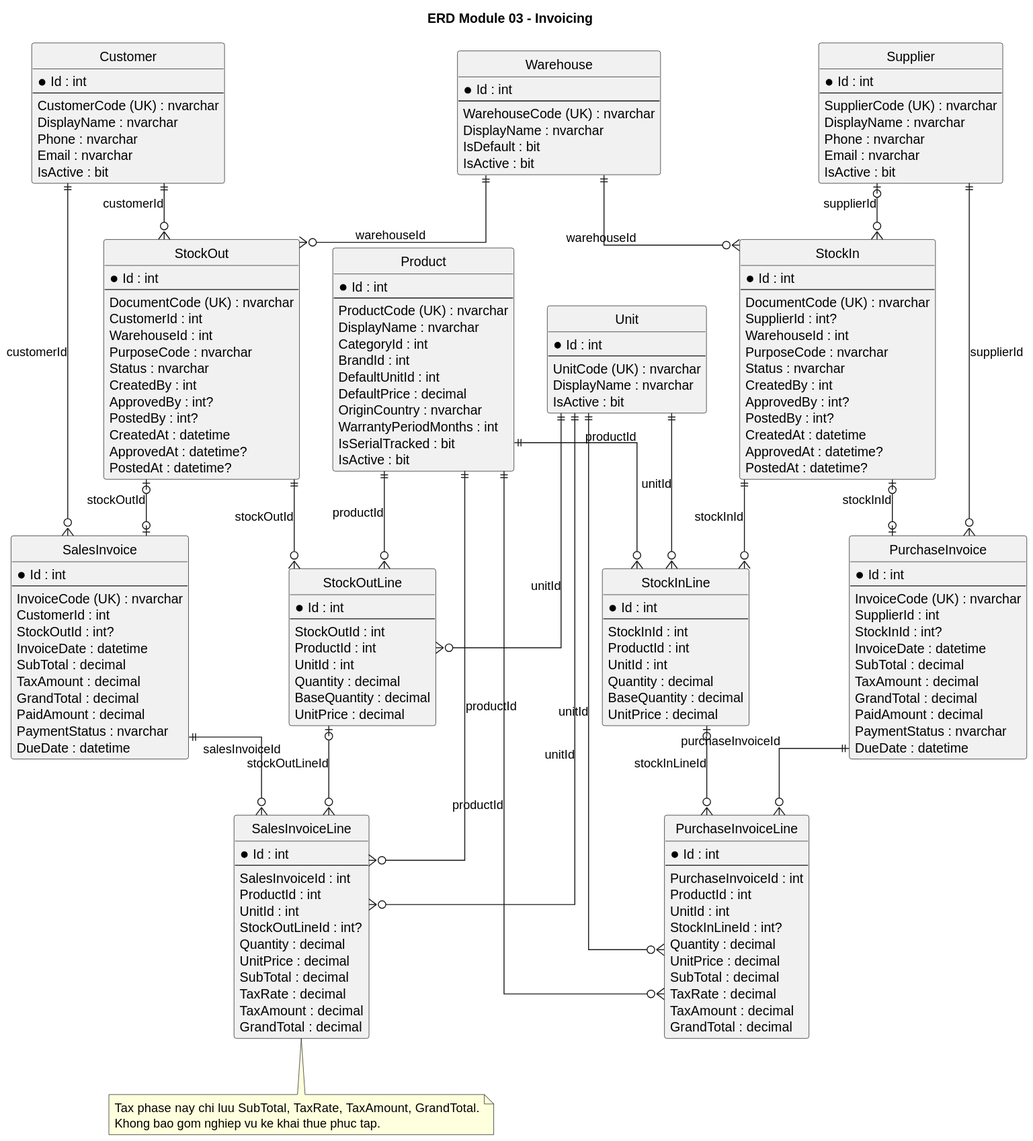
The PlantUML diagram Diagram/plantuml-svg-erd-module/ERD_Module_03_Invoicing.svg in TheGiver262/WarePro, before a commit. Source of this version:
```plantuml
@startuml
title ERD Module 03 - Invoicing
hide circle
skinparam linetype ortho

entity "Supplier" as Supplier {
  * Id : int
  --
  SupplierCode (UK) : nvarchar
  DisplayName : nvarchar
  Phone : nvarchar
  Email : nvarchar
  IsActive : bit
}

entity "Customer" as Customer {
  * Id : int
  --
  CustomerCode (UK) : nvarchar
  DisplayName : nvarchar
  Phone : nvarchar
  Email : nvarchar
  IsActive : bit
}

entity "Warehouse" as Warehouse {
  * Id : int
  --
  WarehouseCode (UK) : nvarchar
  DisplayName : nvarchar
  IsDefault : bit
  IsActive : bit
}

entity "Product" as Product {
  * Id : int
  --
  ProductCode (UK) : nvarchar
  DisplayName : nvarchar
  CategoryId : int
  BrandId : int
  DefaultUnitId : int
  DefaultPrice : decimal
  OriginCountry : nvarchar
  WarrantyPeriodMonths : int
  IsSerialTracked : bit
  IsActive : bit
}

entity "Unit" as Unit {
  * Id : int
  --
  UnitCode (UK) : nvarchar
  DisplayName : nvarchar
  IsActive : bit
}

entity "StockIn" as StockIn {
  * Id : int
  --
  DocumentCode (UK) : nvarchar
  SupplierId : int?
  WarehouseId : int
  PurposeCode : nvarchar
  Status : nvarchar
  CreatedBy : int
  ApprovedBy : int?
  PostedBy : int?
  CreatedAt : datetime
  ApprovedAt : datetime?
  PostedAt : datetime?
}

entity "StockInLine" as StockInLine {
  * Id : int
  --
  StockInId : int
  ProductId : int
  UnitId : int
  Quantity : decimal
  BaseQuantity : decimal
  UnitPrice : decimal
}

entity "StockOut" as StockOut {
  * Id : int
  --
  DocumentCode (UK) : nvarchar
  CustomerId : int
  WarehouseId : int
  PurposeCode : nvarchar
  Status : nvarchar
  CreatedBy : int
  ApprovedBy : int?
  PostedBy : int?
  CreatedAt : datetime
  ApprovedAt : datetime?
  PostedAt : datetime?
}

entity "StockOutLine" as StockOutLine {
  * Id : int
  --
  StockOutId : int
  ProductId : int
  UnitId : int
  Quantity : decimal
  BaseQuantity : decimal
  UnitPrice : decimal
}

entity "PurchaseInvoice" as PurchaseInvoice {
  * Id : int
  --
  InvoiceCode (UK) : nvarchar
  SupplierId : int
  StockInId : int?
  InvoiceDate : datetime
  SubTotal : decimal
  TaxAmount : decimal
  GrandTotal : decimal
  PaidAmount : decimal
  PaymentStatus : nvarchar
  DueDate : datetime
}

entity "PurchaseInvoiceLine" as PurchaseInvoiceLine {
  * Id : int
  --
  PurchaseInvoiceId : int
  ProductId : int
  UnitId : int
  StockInLineId : int?
  Quantity : decimal
  UnitPrice : decimal
  SubTotal : decimal
  TaxRate : decimal
  TaxAmount : decimal
  GrandTotal : decimal
}

entity "SalesInvoice" as SalesInvoice {
  * Id : int
  --
  InvoiceCode (UK) : nvarchar
  CustomerId : int
  StockOutId : int?
  InvoiceDate : datetime
  SubTotal : decimal
  TaxAmount : decimal
  GrandTotal : decimal
  PaidAmount : decimal
  PaymentStatus : nvarchar
  DueDate : datetime
}

entity "SalesInvoiceLine" as SalesInvoiceLine {
  * Id : int
  --
  SalesInvoiceId : int
  ProductId : int
  UnitId : int
  StockOutLineId : int?
  Quantity : decimal
  UnitPrice : decimal
  SubTotal : decimal
  TaxRate : decimal
  TaxAmount : decimal
  GrandTotal : decimal
}

Supplier |o--o{ StockIn : supplierId
Warehouse ||--o{ StockIn : warehouseId
StockIn ||--o{ StockInLine : stockInId
Product ||--o{ StockInLine : productId
Unit ||--o{ StockInLine : unitId
Customer ||--o{ StockOut : customerId
Warehouse ||--o{ StockOut : warehouseId
StockOut ||--o{ StockOutLine : stockOutId
Product ||--o{ StockOutLine : productId
Unit ||--o{ StockOutLine : unitId
Supplier ||--o{ PurchaseInvoice : supplierId
StockIn |o--o| PurchaseInvoice : stockInId
PurchaseInvoice ||--o{ PurchaseInvoiceLine : purchaseInvoiceId
Product ||--o{ PurchaseInvoiceLine : productId
Unit ||--o{ PurchaseInvoiceLine : unitId
StockInLine |o--o{ PurchaseInvoiceLine : stockInLineId
Customer ||--o{ SalesInvoice : customerId
StockOut |o--o| SalesInvoice : stockOutId
SalesInvoice ||--o{ SalesInvoiceLine : salesInvoiceId
Product ||--o{ SalesInvoiceLine : productId
Unit ||--o{ SalesInvoiceLine : unitId
StockOutLine |o--o{ SalesInvoiceLine : stockOutLineId

note bottom
Tax phase nay chi luu SubTotal, TaxRate, TaxAmount, GrandTotal.
Khong bao gom nghiep vu ke khai thue phuc tap.
end note
@enduml
```
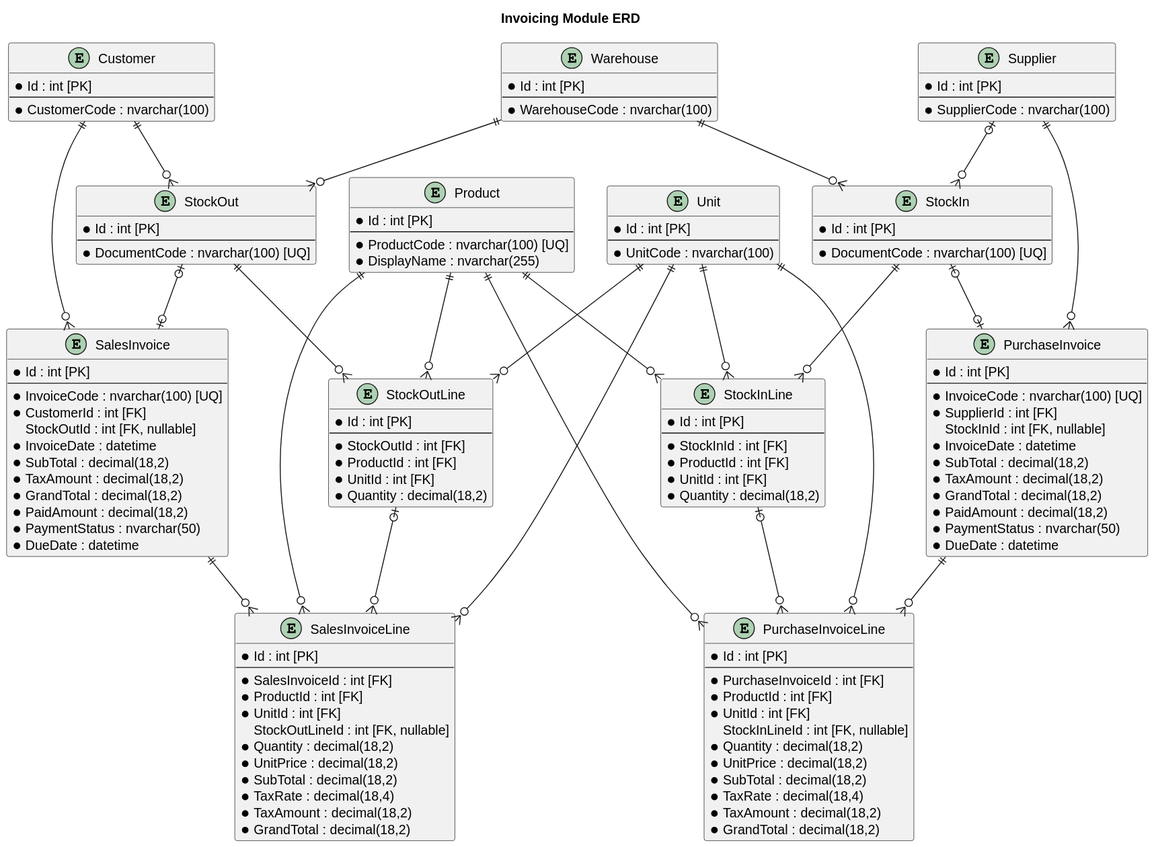
The same diagram one commit later.

The edit, as a diff of the source:
```diff
@@ -1,199 +1,150 @@
 @startuml
-title ERD Module 03 - Invoicing
-hide circle
-skinparam linetype ortho
+title Invoicing Module ERD
 
-entity "Supplier" as Supplier {
-  * Id : int
-  --
-  SupplierCode (UK) : nvarchar
-  DisplayName : nvarchar
-  Phone : nvarchar
-  Email : nvarchar
-  IsActive : bit
+entity Supplier {
+    * Id : int [PK]
+    --
+    * SupplierCode : nvarchar(100)
 }
 
-entity "Customer" as Customer {
-  * Id : int
-  --
-  CustomerCode (UK) : nvarchar
-  DisplayName : nvarchar
-  Phone : nvarchar
-  Email : nvarchar
-  IsActive : bit
+entity Customer {
+    * Id : int [PK]
+    --
+    * CustomerCode : nvarchar(100)
 }
 
-entity "Warehouse" as Warehouse {
-  * Id : int
-  --
-  WarehouseCode (UK) : nvarchar
-  DisplayName : nvarchar
-  IsDefault : bit
-  IsActive : bit
+entity Warehouse {
+    * Id : int [PK]
+    --
+    * WarehouseCode : nvarchar(100)
 }
 
-entity "Product" as Product {
-  * Id : int
-  --
-  ProductCode (UK) : nvarchar
-  DisplayName : nvarchar
-  CategoryId : int
-  BrandId : int
-  DefaultUnitId : int
-  DefaultPrice : decimal
-  OriginCountry : nvarchar
-  WarrantyPeriodMonths : int
-  IsSerialTracked : bit
-  IsActive : bit
+entity Product {
+    * Id : int [PK]
+    --
+    * ProductCode : nvarchar(100) [UQ]
+    * DisplayName : nvarchar(255)
 }
 
-entity "Unit" as Unit {
-  * Id : int
-  --
-  UnitCode (UK) : nvarchar
-  DisplayName : nvarchar
-  IsActive : bit
+entity Unit {
+    * Id : int [PK]
+    --
+    * UnitCode : nvarchar(100)
 }
 
-entity "StockIn" as StockIn {
-  * Id : int
-  --
-  DocumentCode (UK) : nvarchar
-  SupplierId : int?
-  WarehouseId : int
-  PurposeCode : nvarchar
-  Status : nvarchar
-  CreatedBy : int
-  ApprovedBy : int?
-  PostedBy : int?
-  CreatedAt : datetime
-  ApprovedAt : datetime?
-  PostedAt : datetime?
+entity StockIn {
+    * Id : int [PK]
+    --
+    * DocumentCode : nvarchar(100) [UQ]
 }
 
-entity "StockInLine" as StockInLine {
-  * Id : int
-  --
-  StockInId : int
-  ProductId : int
-  UnitId : int
-  Quantity : decimal
-  BaseQuantity : decimal
-  UnitPrice : decimal
+entity StockInLine {
+    * Id : int [PK]
+    --
+    * StockInId : int [FK]
+    * ProductId : int [FK]
+    * UnitId : int [FK]
+    * Quantity : decimal(18,2)
 }
 
-entity "StockOut" as StockOut {
-  * Id : int
-  --
-  DocumentCode (UK) : nvarchar
-  CustomerId : int
-  WarehouseId : int
-  PurposeCode : nvarchar
-  Status : nvarchar
-  CreatedBy : int
-  ApprovedBy : int?
-  PostedBy : int?
-  CreatedAt : datetime
-  ApprovedAt : datetime?
-  PostedAt : datetime?
+entity StockOut {
+    * Id : int [PK]
+    --
+    * DocumentCode : nvarchar(100) [UQ]
 }
 
-entity "StockOutLine" as StockOutLine {
-  * Id : int
-  --
-  StockOutId : int
-  ProductId : int
-  UnitId : int
-  Quantity : decimal
-  BaseQuantity : decimal
-  UnitPrice : decimal
+entity StockOutLine {
+    * Id : int [PK]
+    --
+    * StockOutId : int [FK]
+    * ProductId : int [FK]
+    * UnitId : int [FK]
+    * Quantity : decimal(18,2)
 }
 
-entity "PurchaseInvoice" as PurchaseInvoice {
-  * Id : int
-  --
-  InvoiceCode (UK) : nvarchar
-  SupplierId : int
-  StockInId : int?
-  InvoiceDate : datetime
-  SubTotal : decimal
-  TaxAmount : decimal
-  GrandTotal : decimal
-  PaidAmount : decimal
-  PaymentStatus : nvarchar
-  DueDate : datetime
+entity PurchaseInvoice {
+    * Id : int [PK]
+    --
+    * InvoiceCode : nvarchar(100) [UQ]
+    * SupplierId : int [FK]
+    StockInId : int [FK, nullable]
+    * InvoiceDate : datetime
+    * SubTotal : decimal(18,2)
+    * TaxAmount : decimal(18,2)
+    * GrandTotal : decimal(18,2)
+    * PaidAmount : decimal(18,2)
+    * PaymentStatus : nvarchar(50)
+    * DueDate : datetime
 }
 
-entity "PurchaseInvoiceLine" as PurchaseInvoiceLine {
-  * Id : int
-  --
-  PurchaseInvoiceId : int
-  ProductId : int
-  UnitId : int
-  StockInLineId : int?
-  Quantity : decimal
-  UnitPrice : decimal
-  SubTotal : decimal
-  TaxRate : decimal
-  TaxAmount : decimal
-  GrandTotal : decimal
+entity PurchaseInvoiceLine {
+    * Id : int [PK]
+    --
+    * PurchaseInvoiceId : int [FK]
+    * ProductId : int [FK]
+    * UnitId : int [FK]
+    StockInLineId : int [FK, nullable]
+    * Quantity : decimal(18,2)
+    * UnitPrice : decimal(18,2)
+    * SubTotal : decimal(18,2)
+    * TaxRate : decimal(18,4)
+    * TaxAmount : decimal(18,2)
+    * GrandTotal : decimal(18,2)
 }
 
-entity "SalesInvoice" as SalesInvoice {
-  * Id : int
-  --
-  InvoiceCode (UK) : nvarchar
-  CustomerId : int
-  StockOutId : int?
-  InvoiceDate : datetime
-  SubTotal : decimal
-  TaxAmount : decimal
-  GrandTotal : decimal
-  PaidAmount : decimal
-  PaymentStatus : nvarchar
-  DueDate : datetime
+entity SalesInvoice {
+    * Id : int [PK]
+    --
+    * InvoiceCode : nvarchar(100) [UQ]
+    * CustomerId : int [FK]
+    StockOutId : int [FK, nullable]
+    * InvoiceDate : datetime
+    * SubTotal : decimal(18,2)
+    * TaxAmount : decimal(18,2)
+    * GrandTotal : decimal(18,2)
+    * PaidAmount : decimal(18,2)
+    * PaymentStatus : nvarchar(50)
+    * DueDate : datetime
 }
 
-entity "SalesInvoiceLine" as SalesInvoiceLine {
-  * Id : int
-  --
-  SalesInvoiceId : int
-  ProductId : int
-  UnitId : int
-  StockOutLineId : int?
-  Quantity : decimal
-  UnitPrice : decimal
-  SubTotal : decimal
-  TaxRate : decimal
-  TaxAmount : decimal
-  GrandTotal : decimal
+entity SalesInvoiceLine {
+    * Id : int [PK]
+    --
+    * SalesInvoiceId : int [FK]
+    * ProductId : int [FK]
+    * UnitId : int [FK]
+    StockOutLineId : int [FK, nullable]
+    * Quantity : decimal(18,2)
+    * UnitPrice : decimal(18,2)
+    * SubTotal : decimal(18,2)
+    * TaxRate : decimal(18,4)
+    * TaxAmount : decimal(18,2)
+    * GrandTotal : decimal(18,2)
 }
 
-Supplier |o--o{ StockIn : supplierId
-Warehouse ||--o{ StockIn : warehouseId
-StockIn ||--o{ StockInLine : stockInId
-Product ||--o{ StockInLine : productId
-Unit ||--o{ StockInLine : unitId
-Customer ||--o{ StockOut : customerId
-Warehouse ||--o{ StockOut : warehouseId
-StockOut ||--o{ StockOutLine : stockOutId
-Product ||--o{ StockOutLine : productId
-Unit ||--o{ StockOutLine : unitId
-Supplier ||--o{ PurchaseInvoice : supplierId
-StockIn |o--o| PurchaseInvoice : stockInId
-PurchaseInvoice ||--o{ PurchaseInvoiceLine : purchaseInvoiceId
-Product ||--o{ PurchaseInvoiceLine : productId
-Unit ||--o{ PurchaseInvoiceLine : unitId
-StockInLine |o--o{ PurchaseInvoiceLine : stockInLineId
-Customer ||--o{ SalesInvoice : customerId
-StockOut |o--o| SalesInvoice : stockOutId
-SalesInvoice ||--o{ SalesInvoiceLine : salesInvoiceId
-Product ||--o{ SalesInvoiceLine : productId
-Unit ||--o{ SalesInvoiceLine : unitId
-StockOutLine |o--o{ SalesInvoiceLine : stockOutLineId
+Supplier |o--o{ StockIn
+Warehouse ||--o{ StockIn
+StockIn ||--o{ StockInLine
+Product ||--o{ StockInLine
+Unit ||--o{ StockInLine
 
-note bottom
-Tax phase nay chi luu SubTotal, TaxRate, TaxAmount, GrandTotal.
-Khong bao gom nghiep vu ke khai thue phuc tap.
-end note
+Customer ||--o{ StockOut
+Warehouse ||--o{ StockOut
+StockOut ||--o{ StockOutLine
+Product ||--o{ StockOutLine
+Unit ||--o{ StockOutLine
+
+Supplier ||--o{ PurchaseInvoice
+StockIn |o--o| PurchaseInvoice
+PurchaseInvoice ||--o{ PurchaseInvoiceLine
+Product ||--o{ PurchaseInvoiceLine
+Unit ||--o{ PurchaseInvoiceLine
+StockInLine |o--o{ PurchaseInvoiceLine
+
+Customer ||--o{ SalesInvoice
+StockOut |o--o| SalesInvoice
+SalesInvoice ||--o{ SalesInvoiceLine
+Product ||--o{ SalesInvoiceLine
+Unit ||--o{ SalesInvoiceLine
+StockOutLine |o--o{ SalesInvoiceLine
 @enduml
```
